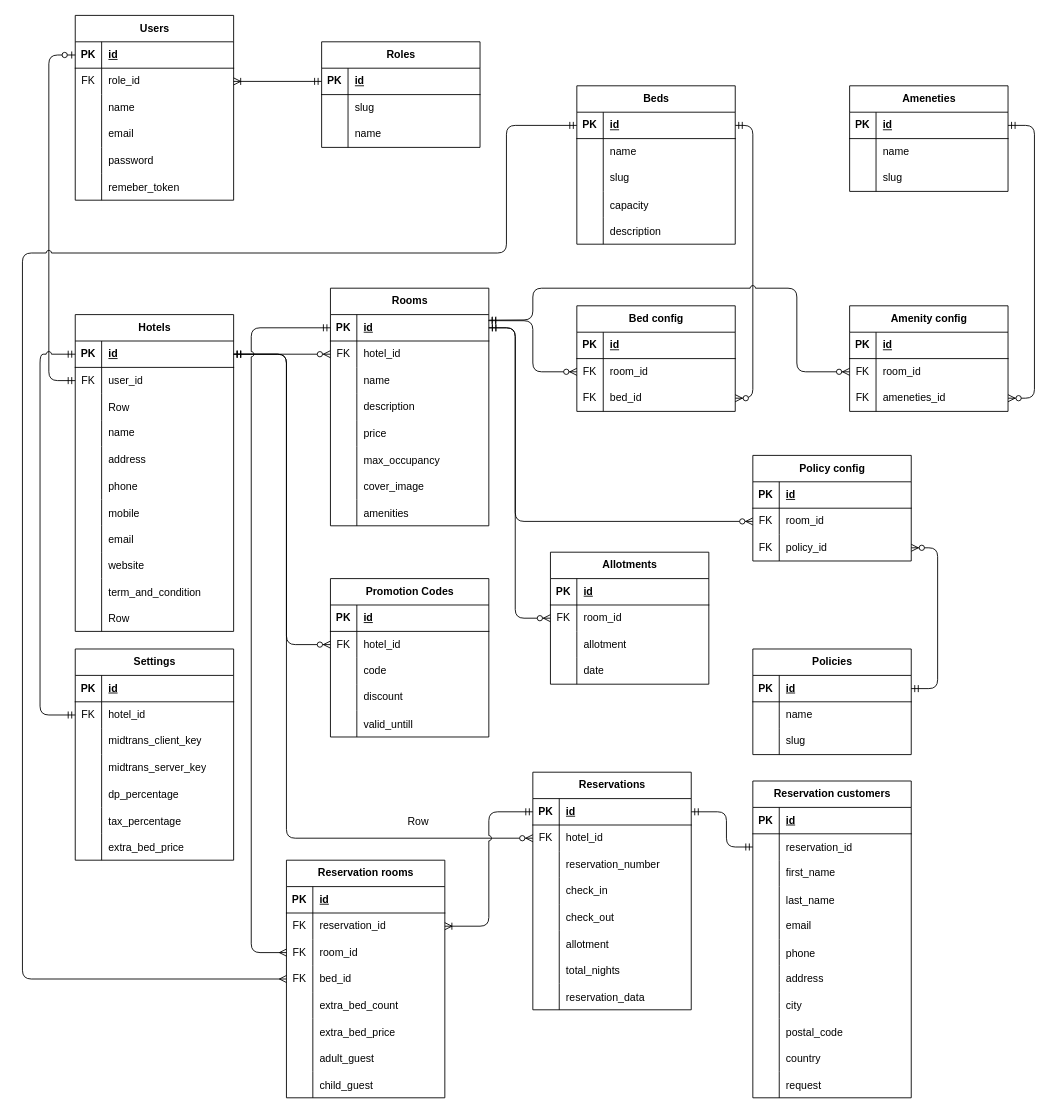
Before: diagram.drawio in Hans-Star18/ta-booking-system, a draw.io diagram. Source tidied: cells renumbered, new cells numbered last; positions are measured from the earlier drawing's top-left corner, leaving out a move shared by most shapes. Both pictures are drawn from the tidied source at 88%, with x=0, y=0 at pixel (22, 15).
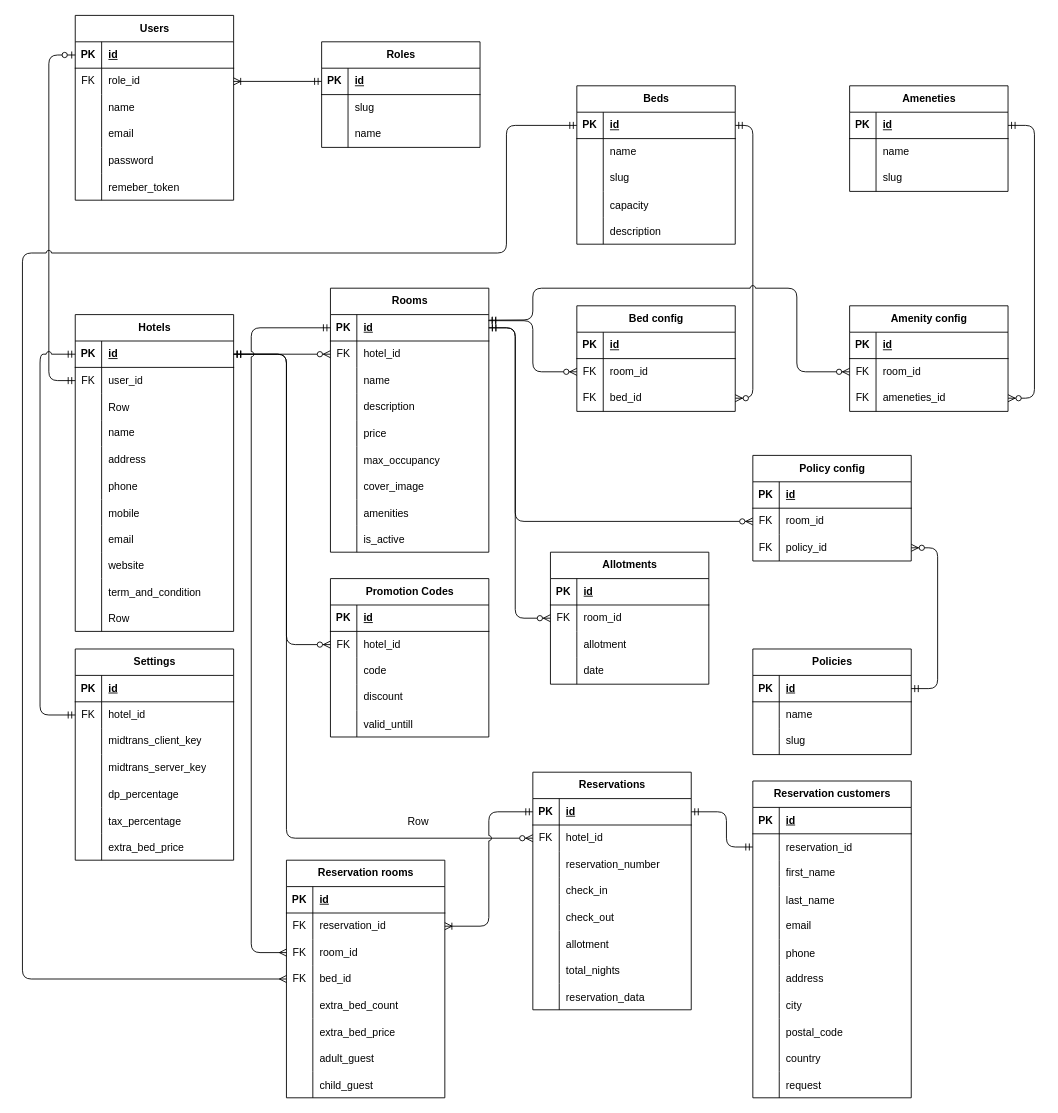
The same diagram, later.

What changed in the source:
```diff
@@
     <mxCell id="67" value="Rooms" style="shape=table;startSize=30;childLayout=tableLayout;rowLines=0;fontStyle=1;align=center;html=1;" parent="1" vertex="1">
-      <mxGeometry x="350" y="310" width="180" height="270" as="geometry" />
+      <mxGeometry x="350" y="310" width="180" height="300" as="geometry" />
     </mxCell>
@@
+    <mxCell id="312" style="shape=tableRow;horizontal=0;startSize=0;swimlaneHead=0;swimlaneBody=0;fillColor=none;top=0;left=0;right=0;bottom=0;" parent="67" vertex="1">
+      <mxGeometry y="270" width="180" height="30" as="geometry" />
+    </mxCell>
+    <mxCell id="313" style="shape=partialRectangle;fillColor=none;top=0;left=0;bottom=0;right=0;overflow=hidden;" parent="312" vertex="1">
+      <mxGeometry width="30" height="30" as="geometry" />
+    </mxCell>
+    <mxCell id="314" value="is_active" style="shape=partialRectangle;fillColor=none;top=0;left=0;bottom=0;right=0;align=left;spacingLeft=6;overflow=hidden;" parent="312" vertex="1">
+      <mxGeometry x="30" width="150" height="30" as="geometry" />
+    </mxCell>
```
